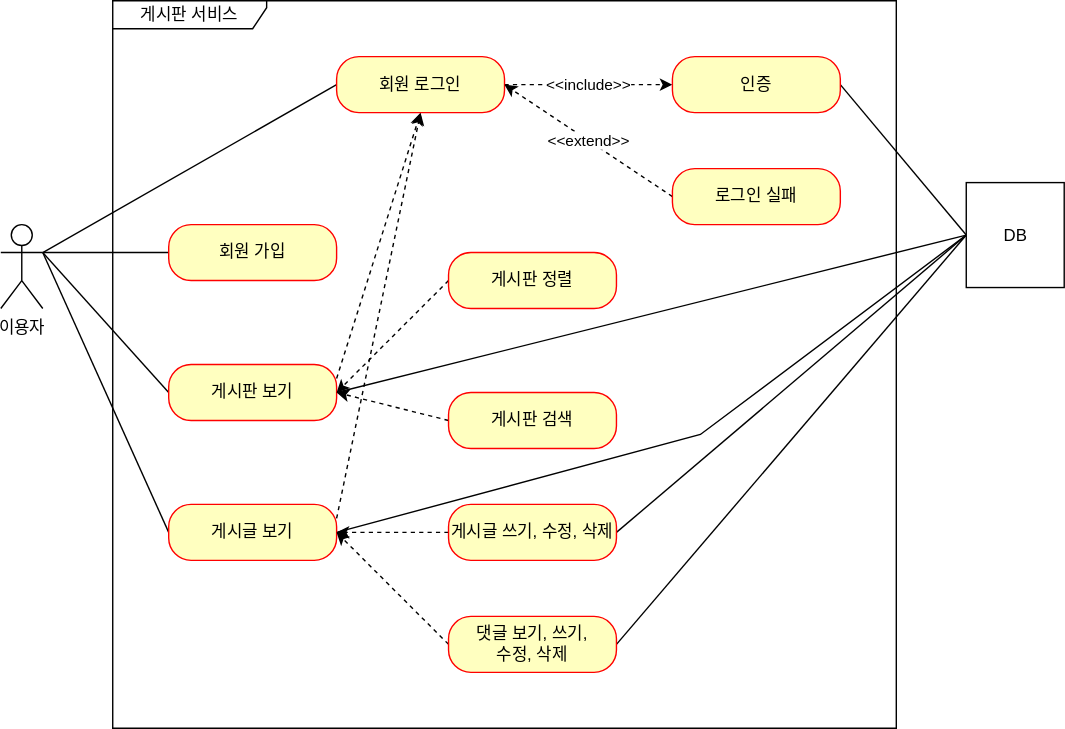
Earlier version of the draw.io export document/use-case.svg (Jeong-Dong-gi/board-practice2). Source tidied: cells renumbered, new cells last; positions are measured from the earlier drawing's top-left corner, leaving out a move shared by most shapes. Its diagram source:
```xml
<mxGraphModel>
  <root>
    <mxCell id="0" />
    <mxCell id="1" parent="0" />
    <mxCell id="2" value="이용자" style="shape=umlActor;verticalLabelPosition=bottom;verticalAlign=top;html=1;" parent="1" vertex="1">
      <mxGeometry y="160" width="30" height="60" as="geometry" />
    </mxCell>
    <mxCell id="3" value="게시판 서비스" style="shape=umlFrame;whiteSpace=wrap;html=1;width=110;height=20;" parent="1" vertex="1">
      <mxGeometry x="80" width="560" height="520" as="geometry" />
    </mxCell>
    <mxCell id="4" style="rounded=0;jettySize=auto;html=1;exitX=0;exitY=0.5;exitDx=0;exitDy=0;entryX=1;entryY=0.3333333333333333;entryDx=0;entryDy=0;entryPerimeter=0;endArrow=none;endFill=0;" parent="1" edge="1" source="5" target="2">
      <mxGeometry relative="1" as="geometry" />
    </mxCell>
    <mxCell id="5" value="회원 가입" style="rounded=1;whiteSpace=wrap;html=1;arcSize=40;fontColor=#000000;fillColor=#ffffc0;strokeColor=#ff0000;" parent="1" vertex="1">
      <mxGeometry x="120" y="160" width="120" height="40" as="geometry" />
    </mxCell>
    <mxCell id="6" style="edgeStyle=none;rounded=0;jettySize=auto;html=1;exitX=0;exitY=0.5;exitDx=0;exitDy=0;entryX=1;entryY=0.3333333333333333;entryDx=0;entryDy=0;entryPerimeter=0;endArrow=none;endFill=0;" parent="1" edge="1" source="9" target="2">
      <mxGeometry relative="1" as="geometry" />
    </mxCell>
    <mxCell id="7" style="edgeStyle=none;rounded=0;jettySize=auto;html=1;exitX=1;exitY=0.25;exitDx=0;exitDy=0;entryX=0.5;entryY=1;entryDx=0;entryDy=0;dashed=1;endArrow=classic;endFill=1;" parent="1" edge="1" source="9" target="16">
      <mxGeometry relative="1" as="geometry" />
    </mxCell>
    <mxCell id="8" style="edgeStyle=none;rounded=0;jettySize=auto;html=1;exitX=1;exitY=0.5;exitDx=0;exitDy=0;entryX=0;entryY=0.5;entryDx=0;entryDy=0;endArrow=none;endFill=0;" parent="1" edge="1" source="9" target="31">
      <mxGeometry relative="1" as="geometry" />
    </mxCell>
    <mxCell id="9" value="게시판 보기" style="rounded=1;whiteSpace=wrap;html=1;arcSize=40;fontColor=#000000;fillColor=#ffffc0;strokeColor=#ff0000;" parent="1" vertex="1">
      <mxGeometry x="120" y="260" width="120" height="40" as="geometry" />
    </mxCell>
    <mxCell id="10" style="edgeStyle=none;rounded=0;jettySize=auto;html=1;exitX=0;exitY=0.5;exitDx=0;exitDy=0;endArrow=none;endFill=0;" parent="1" edge="1" source="13">
      <mxGeometry relative="1" as="geometry">
        <mxPoint x="30" y="180" as="targetPoint" />
      </mxGeometry>
    </mxCell>
    <mxCell id="11" style="edgeStyle=none;rounded=0;jettySize=auto;html=1;exitX=1;exitY=0.25;exitDx=0;exitDy=0;dashed=1;endArrow=classic;endFill=1;" parent="1" edge="1" source="13">
      <mxGeometry relative="1" as="geometry">
        <mxPoint x="300" y="80" as="targetPoint" />
      </mxGeometry>
    </mxCell>
    <mxCell id="12" style="edgeStyle=none;rounded=0;jettySize=auto;html=1;exitX=1;exitY=0.5;exitDx=0;exitDy=0;entryX=0;entryY=0.5;entryDx=0;entryDy=0;endArrow=none;endFill=0;" parent="1" edge="1" source="13" target="31">
      <mxGeometry relative="1" as="geometry">
        <Array as="points">
          <mxPoint x="500" y="310" />
        </Array>
      </mxGeometry>
    </mxCell>
    <mxCell id="13" value="게시글 보기" style="rounded=1;whiteSpace=wrap;html=1;arcSize=40;fontColor=#000000;fillColor=#ffffc0;strokeColor=#ff0000;" parent="1" vertex="1">
      <mxGeometry x="120" y="360" width="120" height="40" as="geometry" />
    </mxCell>
    <mxCell id="14" style="edgeStyle=none;rounded=0;jettySize=auto;html=1;exitX=0;exitY=0.5;exitDx=0;exitDy=0;endArrow=none;endFill=0;" parent="1" edge="1" source="16">
      <mxGeometry relative="1" as="geometry">
        <mxPoint x="30" y="180" as="targetPoint" />
      </mxGeometry>
    </mxCell>
    <mxCell id="15" value="&amp;lt;&amp;lt;include&amp;gt;&amp;gt;" style="edgeStyle=none;rounded=0;jettySize=auto;html=1;exitX=1;exitY=0.5;exitDx=0;exitDy=0;entryX=0;entryY=0.5;entryDx=0;entryDy=0;endArrow=classic;endFill=1;dashed=1;" parent="1" edge="1" source="16" target="18">
      <mxGeometry relative="1" as="geometry" />
    </mxCell>
    <mxCell id="16" value="회원 로그인" style="rounded=1;whiteSpace=wrap;html=1;arcSize=40;fontColor=#000000;fillColor=#ffffc0;strokeColor=#ff0000;" parent="1" vertex="1">
      <mxGeometry x="240" y="40" width="120" height="40" as="geometry" />
    </mxCell>
    <mxCell id="17" style="edgeStyle=none;rounded=0;jettySize=auto;html=1;exitX=1;exitY=0.5;exitDx=0;exitDy=0;entryX=0;entryY=0.5;entryDx=0;entryDy=0;endArrow=none;endFill=0;" parent="1" edge="1" source="18" target="31">
      <mxGeometry relative="1" as="geometry" />
    </mxCell>
    <mxCell id="18" value="인증" style="rounded=1;whiteSpace=wrap;html=1;arcSize=40;fontColor=#000000;fillColor=#ffffc0;strokeColor=#ff0000;" parent="1" vertex="1">
      <mxGeometry x="480" y="40" width="120" height="40" as="geometry" />
    </mxCell>
    <mxCell id="19" value="&amp;lt;&amp;lt;extend&amp;gt;&amp;gt;" style="edgeStyle=none;rounded=0;jettySize=auto;html=1;exitX=0;exitY=0.5;exitDx=0;exitDy=0;entryX=1;entryY=0.5;entryDx=0;entryDy=0;endArrow=classic;endFill=1;dashed=1;" parent="1" edge="1" source="20" target="16">
      <mxGeometry relative="1" as="geometry" />
    </mxCell>
    <mxCell id="20" value="로그인 실패" style="rounded=1;whiteSpace=wrap;html=1;arcSize=40;fontColor=#000000;fillColor=#ffffc0;strokeColor=#ff0000;" parent="1" vertex="1">
      <mxGeometry x="480" y="120" width="120" height="40" as="geometry" />
    </mxCell>
    <mxCell id="21" style="edgeStyle=none;rounded=0;jettySize=auto;html=1;exitX=0;exitY=0.5;exitDx=0;exitDy=0;entryX=1;entryY=0.5;entryDx=0;entryDy=0;dashed=1;endArrow=classic;endFill=1;" parent="1" edge="1" source="22" target="9">
      <mxGeometry relative="1" as="geometry" />
    </mxCell>
    <mxCell id="22" value="게시판 정렬" style="rounded=1;whiteSpace=wrap;html=1;arcSize=40;fontColor=#000000;fillColor=#ffffc0;strokeColor=#ff0000;" parent="1" vertex="1">
      <mxGeometry x="320" y="180" width="120" height="40" as="geometry" />
    </mxCell>
    <mxCell id="23" style="edgeStyle=none;rounded=0;jettySize=auto;html=1;exitX=0;exitY=0.5;exitDx=0;exitDy=0;dashed=1;endArrow=classic;endFill=1;" parent="1" edge="1" source="24">
      <mxGeometry relative="1" as="geometry">
        <mxPoint x="240" y="280" as="targetPoint" />
      </mxGeometry>
    </mxCell>
    <mxCell id="24" value="게시판 검색" style="rounded=1;whiteSpace=wrap;html=1;arcSize=40;fontColor=#000000;fillColor=#ffffc0;strokeColor=#ff0000;" parent="1" vertex="1">
      <mxGeometry x="320" y="280" width="120" height="40" as="geometry" />
    </mxCell>
    <mxCell id="25" style="edgeStyle=none;rounded=0;jettySize=auto;html=1;exitX=0;exitY=0.5;exitDx=0;exitDy=0;entryX=1;entryY=0.5;entryDx=0;entryDy=0;dashed=1;endArrow=classic;endFill=1;" parent="1" edge="1" source="27" target="13">
      <mxGeometry relative="1" as="geometry" />
    </mxCell>
    <mxCell id="26" style="edgeStyle=none;rounded=0;jettySize=auto;html=1;exitX=1;exitY=0.5;exitDx=0;exitDy=0;entryX=0;entryY=0.5;entryDx=0;entryDy=0;endArrow=none;endFill=0;" parent="1" edge="1" source="27" target="31">
      <mxGeometry relative="1" as="geometry" />
    </mxCell>
    <mxCell id="27" value="게시글 쓰기, 수정, 삭제" style="rounded=1;whiteSpace=wrap;html=1;arcSize=40;fontColor=#000000;fillColor=#ffffc0;strokeColor=#ff0000;" parent="1" vertex="1">
      <mxGeometry x="320" y="360" width="120" height="40" as="geometry" />
    </mxCell>
    <mxCell id="28" style="edgeStyle=none;rounded=0;jettySize=auto;html=1;exitX=0;exitY=0.5;exitDx=0;exitDy=0;dashed=1;endArrow=classic;endFill=1;" parent="1" edge="1" source="30">
      <mxGeometry relative="1" as="geometry">
        <mxPoint x="240" y="380" as="targetPoint" />
      </mxGeometry>
    </mxCell>
    <mxCell id="29" style="edgeStyle=none;rounded=0;jettySize=auto;html=1;exitX=1;exitY=0.5;exitDx=0;exitDy=0;endArrow=none;endFill=0;entryX=0;entryY=0.5;entryDx=0;entryDy=0;" parent="1" edge="1" source="30" target="31">
      <mxGeometry relative="1" as="geometry" />
    </mxCell>
    <mxCell id="30" value="댓글 보기, 쓰기,&lt;br&gt;수정, 삭제" style="rounded=1;whiteSpace=wrap;html=1;arcSize=40;fontColor=#000000;fillColor=#ffffc0;strokeColor=#ff0000;" parent="1" vertex="1">
      <mxGeometry x="320" y="440" width="120" height="40" as="geometry" />
    </mxCell>
    <mxCell id="31" value="DB" style="html=1;" parent="1" vertex="1">
      <mxGeometry x="690" y="130" width="70" height="75" as="geometry" />
    </mxCell>
  </root>
</mxGraphModel>
```
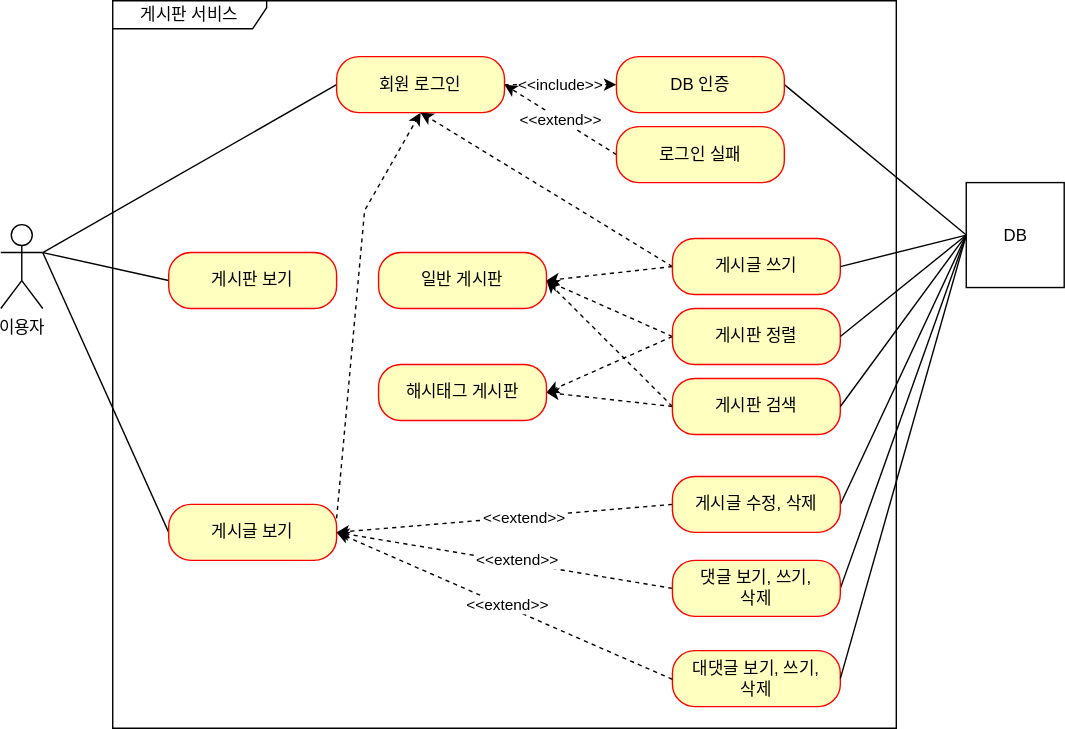
After the change.

Change to the diagram source:
```diff
@@ -8,23 +8,11 @@
     <mxCell id="3" value="게시판 서비스" style="shape=umlFrame;whiteSpace=wrap;html=1;width=110;height=20;" parent="1" vertex="1">
       <mxGeometry x="80" width="560" height="520" as="geometry" />
     </mxCell>
-    <mxCell id="4" style="rounded=0;jettySize=auto;html=1;exitX=0;exitY=0.5;exitDx=0;exitDy=0;entryX=1;entryY=0.3333333333333333;entryDx=0;entryDy=0;entryPerimeter=0;endArrow=none;endFill=0;" parent="1" edge="1" source="5" target="2">
-      <mxGeometry relative="1" as="geometry" />
-    </mxCell>
-    <mxCell id="5" value="회원 가입" style="rounded=1;whiteSpace=wrap;html=1;arcSize=40;fontColor=#000000;fillColor=#ffffc0;strokeColor=#ff0000;" parent="1" vertex="1">
-      <mxGeometry x="120" y="160" width="120" height="40" as="geometry" />
-    </mxCell>
     <mxCell id="6" style="edgeStyle=none;rounded=0;jettySize=auto;html=1;exitX=0;exitY=0.5;exitDx=0;exitDy=0;entryX=1;entryY=0.3333333333333333;entryDx=0;entryDy=0;entryPerimeter=0;endArrow=none;endFill=0;" parent="1" edge="1" source="9" target="2">
       <mxGeometry relative="1" as="geometry" />
     </mxCell>
-    <mxCell id="7" style="edgeStyle=none;rounded=0;jettySize=auto;html=1;exitX=1;exitY=0.25;exitDx=0;exitDy=0;entryX=0.5;entryY=1;entryDx=0;entryDy=0;dashed=1;endArrow=classic;endFill=1;" parent="1" edge="1" source="9" target="16">
-      <mxGeometry relative="1" as="geometry" />
-    </mxCell>
-    <mxCell id="8" style="edgeStyle=none;rounded=0;jettySize=auto;html=1;exitX=1;exitY=0.5;exitDx=0;exitDy=0;entryX=0;entryY=0.5;entryDx=0;entryDy=0;endArrow=none;endFill=0;" parent="1" edge="1" source="9" target="31">
-      <mxGeometry relative="1" as="geometry" />
-    </mxCell>
     <mxCell id="9" value="게시판 보기" style="rounded=1;whiteSpace=wrap;html=1;arcSize=40;fontColor=#000000;fillColor=#ffffc0;strokeColor=#ff0000;" parent="1" vertex="1">
-      <mxGeometry x="120" y="260" width="120" height="40" as="geometry" />
+      <mxGeometry x="120" y="180" width="120" height="40" as="geometry" />
     </mxCell>
     <mxCell id="10" style="edgeStyle=none;rounded=0;jettySize=auto;html=1;exitX=0;exitY=0.5;exitDx=0;exitDy=0;endArrow=none;endFill=0;" parent="1" edge="1" source="13">
       <mxGeometry relative="1" as="geometry">
@@ -34,15 +22,11 @@
     <mxCell id="11" style="edgeStyle=none;rounded=0;jettySize=auto;html=1;exitX=1;exitY=0.25;exitDx=0;exitDy=0;dashed=1;endArrow=classic;endFill=1;" parent="1" edge="1" source="13">
       <mxGeometry relative="1" as="geometry">
         <mxPoint x="300" y="80" as="targetPoint" />
+        <Array as="points">
+          <mxPoint x="260" y="150" />
+        </Array>
       </mxGeometry>
     </mxCell>
-    <mxCell id="12" style="edgeStyle=none;rounded=0;jettySize=auto;html=1;exitX=1;exitY=0.5;exitDx=0;exitDy=0;entryX=0;entryY=0.5;entryDx=0;entryDy=0;endArrow=none;endFill=0;" parent="1" edge="1" source="13" target="31">
-      <mxGeometry relative="1" as="geometry">
-        <Array as="points">
-          <mxPoint x="500" y="310" />
-        </Array>
-      </mxGeometry>
-    </mxCell>
     <mxCell id="13" value="게시글 보기" style="rounded=1;whiteSpace=wrap;html=1;arcSize=40;fontColor=#000000;fillColor=#ffffc0;strokeColor=#ff0000;" parent="1" vertex="1">
       <mxGeometry x="120" y="360" width="120" height="40" as="geometry" />
     </mxCell>
@@ -60,51 +44,109 @@
     <mxCell id="17" style="edgeStyle=none;rounded=0;jettySize=auto;html=1;exitX=1;exitY=0.5;exitDx=0;exitDy=0;entryX=0;entryY=0.5;entryDx=0;entryDy=0;endArrow=none;endFill=0;" parent="1" edge="1" source="18" target="31">
       <mxGeometry relative="1" as="geometry" />
     </mxCell>
-    <mxCell id="18" value="인증" style="rounded=1;whiteSpace=wrap;html=1;arcSize=40;fontColor=#000000;fillColor=#ffffc0;strokeColor=#ff0000;" parent="1" vertex="1">
-      <mxGeometry x="480" y="40" width="120" height="40" as="geometry" />
+    <mxCell id="18" value="DB 인증" style="rounded=1;whiteSpace=wrap;html=1;arcSize=40;fontColor=#000000;fillColor=#ffffc0;strokeColor=#ff0000;" parent="1" vertex="1">
+      <mxGeometry x="440" y="40" width="120" height="40" as="geometry" />
     </mxCell>
     <mxCell id="19" value="&amp;lt;&amp;lt;extend&amp;gt;&amp;gt;" style="edgeStyle=none;rounded=0;jettySize=auto;html=1;exitX=0;exitY=0.5;exitDx=0;exitDy=0;entryX=1;entryY=0.5;entryDx=0;entryDy=0;endArrow=classic;endFill=1;dashed=1;" parent="1" edge="1" source="20" target="16">
       <mxGeometry relative="1" as="geometry" />
     </mxCell>
     <mxCell id="20" value="로그인 실패" style="rounded=1;whiteSpace=wrap;html=1;arcSize=40;fontColor=#000000;fillColor=#ffffc0;strokeColor=#ff0000;" parent="1" vertex="1">
-      <mxGeometry x="480" y="120" width="120" height="40" as="geometry" />
+      <mxGeometry x="440" y="90" width="120" height="40" as="geometry" />
     </mxCell>
-    <mxCell id="21" style="edgeStyle=none;rounded=0;jettySize=auto;html=1;exitX=0;exitY=0.5;exitDx=0;exitDy=0;entryX=1;entryY=0.5;entryDx=0;entryDy=0;dashed=1;endArrow=classic;endFill=1;" parent="1" edge="1" source="22" target="9">
+    <mxCell id="21" style="edgeStyle=none;rounded=0;jettySize=auto;html=1;exitX=0;exitY=0.5;exitDx=0;exitDy=0;dashed=1;endArrow=classic;endFill=1;entryX=1;entryY=0.5;entryDx=0;entryDy=0;" parent="1" edge="1" source="22" target="40">
       <mxGeometry relative="1" as="geometry" />
     </mxCell>
+    <mxCell id="32" style="rounded=0;jettySize=auto;html=1;exitX=0;exitY=0.5;exitDx=0;exitDy=0;dashed=1;" parent="1" edge="1" source="22">
+      <mxGeometry relative="1" as="geometry">
+        <mxPoint x="390" y="280" as="targetPoint" />
+      </mxGeometry>
+    </mxCell>
     <mxCell id="22" value="게시판 정렬" style="rounded=1;whiteSpace=wrap;html=1;arcSize=40;fontColor=#000000;fillColor=#ffffc0;strokeColor=#ff0000;" parent="1" vertex="1">
-      <mxGeometry x="320" y="180" width="120" height="40" as="geometry" />
+      <mxGeometry x="480" y="220" width="120" height="40" as="geometry" />
     </mxCell>
-    <mxCell id="23" style="edgeStyle=none;rounded=0;jettySize=auto;html=1;exitX=0;exitY=0.5;exitDx=0;exitDy=0;dashed=1;endArrow=classic;endFill=1;" parent="1" edge="1" source="24">
-      <mxGeometry relative="1" as="geometry">
-        <mxPoint x="240" y="280" as="targetPoint" />
-      </mxGeometry>
+    <mxCell id="23" style="edgeStyle=none;rounded=0;jettySize=auto;html=1;exitX=0;exitY=0.5;exitDx=0;exitDy=0;dashed=1;endArrow=classic;endFill=1;entryX=1;entryY=0.5;entryDx=0;entryDy=0;" parent="1" edge="1" source="24" target="41">
+      <mxGeometry relative="1" as="geometry" />
     </mxCell>
+    <mxCell id="33" style="rounded=0;jettySize=auto;html=1;exitX=0;exitY=0.5;exitDx=0;exitDy=0;entryX=1;entryY=0.5;entryDx=0;entryDy=0;dashed=1;endArrow=classic;endFill=1;" parent="1" edge="1" source="24" target="40">
+      <mxGeometry relative="1" as="geometry" />
+    </mxCell>
     <mxCell id="24" value="게시판 검색" style="rounded=1;whiteSpace=wrap;html=1;arcSize=40;fontColor=#000000;fillColor=#ffffc0;strokeColor=#ff0000;" parent="1" vertex="1">
-      <mxGeometry x="320" y="280" width="120" height="40" as="geometry" />
+      <mxGeometry x="480" y="270" width="120" height="40" as="geometry" />
     </mxCell>
     <mxCell id="25" style="edgeStyle=none;rounded=0;jettySize=auto;html=1;exitX=0;exitY=0.5;exitDx=0;exitDy=0;entryX=1;entryY=0.5;entryDx=0;entryDy=0;dashed=1;endArrow=classic;endFill=1;" parent="1" edge="1" source="27" target="13">
       <mxGeometry relative="1" as="geometry" />
     </mxCell>
+    <mxCell id="34" value="&amp;lt;&amp;lt;extend&amp;gt;&amp;gt;" style="edgeLabel;html=1;align=center;verticalAlign=middle;" parent="25" vertex="1">
+      <mxGeometry x="-0.11" y="1" relative="1" as="geometry" />
+    </mxCell>
     <mxCell id="26" style="edgeStyle=none;rounded=0;jettySize=auto;html=1;exitX=1;exitY=0.5;exitDx=0;exitDy=0;entryX=0;entryY=0.5;entryDx=0;entryDy=0;endArrow=none;endFill=0;" parent="1" edge="1" source="27" target="31">
       <mxGeometry relative="1" as="geometry" />
     </mxCell>
-    <mxCell id="27" value="게시글 쓰기, 수정, 삭제" style="rounded=1;whiteSpace=wrap;html=1;arcSize=40;fontColor=#000000;fillColor=#ffffc0;strokeColor=#ff0000;" parent="1" vertex="1">
-      <mxGeometry x="320" y="360" width="120" height="40" as="geometry" />
+    <mxCell id="27" value="게시글 수정, 삭제" style="rounded=1;whiteSpace=wrap;html=1;arcSize=40;fontColor=#000000;fillColor=#ffffc0;strokeColor=#ff0000;" parent="1" vertex="1">
+      <mxGeometry x="480" y="340" width="120" height="40" as="geometry" />
     </mxCell>
     <mxCell id="28" style="edgeStyle=none;rounded=0;jettySize=auto;html=1;exitX=0;exitY=0.5;exitDx=0;exitDy=0;dashed=1;endArrow=classic;endFill=1;" parent="1" edge="1" source="30">
       <mxGeometry relative="1" as="geometry">
         <mxPoint x="240" y="380" as="targetPoint" />
       </mxGeometry>
     </mxCell>
+    <mxCell id="35" value="&amp;lt;&amp;lt;extend&amp;gt;&amp;gt;" style="edgeLabel;html=1;align=center;verticalAlign=middle;" parent="28" vertex="1">
+      <mxGeometry x="-0.07" y="-2" relative="1" as="geometry" />
+    </mxCell>
     <mxCell id="29" style="edgeStyle=none;rounded=0;jettySize=auto;html=1;exitX=1;exitY=0.5;exitDx=0;exitDy=0;endArrow=none;endFill=0;entryX=0;entryY=0.5;entryDx=0;entryDy=0;" parent="1" edge="1" source="30" target="31">
       <mxGeometry relative="1" as="geometry" />
     </mxCell>
-    <mxCell id="30" value="댓글 보기, 쓰기,&lt;br&gt;수정, 삭제" style="rounded=1;whiteSpace=wrap;html=1;arcSize=40;fontColor=#000000;fillColor=#ffffc0;strokeColor=#ff0000;" parent="1" vertex="1">
-      <mxGeometry x="320" y="440" width="120" height="40" as="geometry" />
+    <mxCell id="30" value="댓글 보기, 쓰기,&lt;br&gt;삭제" style="rounded=1;whiteSpace=wrap;html=1;arcSize=40;fontColor=#000000;fillColor=#ffffc0;strokeColor=#ff0000;" parent="1" vertex="1">
+      <mxGeometry x="480" y="400" width="120" height="40" as="geometry" />
     </mxCell>
+    <mxCell id="36" style="rounded=0;jettySize=auto;html=1;exitX=0;exitY=0.5;exitDx=0;exitDy=0;entryX=1;entryY=0.5;entryDx=0;entryDy=0;curved=0;strokeColor=none;" parent="1" edge="1" source="31" target="22">
+      <mxGeometry relative="1" as="geometry" />
+    </mxCell>
     <mxCell id="31" value="DB" style="html=1;" parent="1" vertex="1">
       <mxGeometry x="690" y="130" width="70" height="75" as="geometry" />
     </mxCell>
+    <mxCell id="37" value="대댓글 보기, 쓰기,&lt;div&gt;삭제&lt;/div&gt;" style="rounded=1;whiteSpace=wrap;html=1;arcSize=40;fontColor=#000000;fillColor=#ffffc0;strokeColor=#ff0000;" parent="1" vertex="1">
+      <mxGeometry x="480" y="464.5" width="120" height="40" as="geometry" />
+    </mxCell>
+    <mxCell id="38" style="edgeStyle=none;rounded=0;orthogonalLoop=1;jettySize=auto;html=1;exitX=0;exitY=0.5;exitDx=0;exitDy=0;dashed=1;endArrow=classic;endFill=1;" parent="1" edge="1">
+      <mxGeometry relative="1" as="geometry">
+        <mxPoint x="480" y="485" as="sourcePoint" />
+        <mxPoint x="240" y="380" as="targetPoint" />
+      </mxGeometry>
+    </mxCell>
+    <mxCell id="39" value="&amp;lt;&amp;lt;extend&amp;gt;&amp;gt;" style="edgeLabel;html=1;align=center;verticalAlign=middle;" parent="38" vertex="1">
+      <mxGeometry x="-0.01" y="-1" relative="1" as="geometry" />
+    </mxCell>
+    <mxCell id="40" value="일반 게시판" style="rounded=1;whiteSpace=wrap;html=1;arcSize=40;fontColor=#000000;fillColor=#ffffc0;strokeColor=#ff0000;" parent="1" vertex="1">
+      <mxGeometry x="270" y="180" width="120" height="40" as="geometry" />
+    </mxCell>
+    <mxCell id="41" value="해시태그 게시판" style="rounded=1;whiteSpace=wrap;html=1;arcSize=40;fontColor=#000000;fillColor=#ffffc0;strokeColor=#ff0000;" parent="1" vertex="1">
+      <mxGeometry x="270" y="260" width="120" height="40" as="geometry" />
+    </mxCell>
+    <mxCell id="42" style="rounded=0;jettySize=auto;html=1;exitX=0;exitY=0.5;exitDx=0;exitDy=0;entryX=1;entryY=0.5;entryDx=0;entryDy=0;dashed=1;" parent="1" edge="1" source="44" target="40">
+      <mxGeometry relative="1" as="geometry" />
+    </mxCell>
+    <mxCell id="43" style="rounded=0;jettySize=auto;html=1;exitX=0;exitY=0.5;exitDx=0;exitDy=0;dashed=1;" parent="1" edge="1" source="44">
+      <mxGeometry relative="1" as="geometry">
+        <mxPoint x="300" y="80" as="targetPoint" />
+      </mxGeometry>
+    </mxCell>
+    <mxCell id="44" value="게시글 쓰기" style="rounded=1;whiteSpace=wrap;html=1;arcSize=40;fontColor=#000000;fillColor=#ffffc0;strokeColor=#ff0000;" parent="1" vertex="1">
+      <mxGeometry x="480" y="170" width="120" height="40" as="geometry" />
+    </mxCell>
+    <mxCell id="45" style="endArrow=none;html=1;rounded=0;exitX=0;exitY=0.5;exitDx=0;exitDy=0;" parent="1" edge="1" source="31">
+      <mxGeometry relative="1" as="geometry">
+        <mxPoint x="600" y="240" as="targetPoint" />
+      </mxGeometry>
+    </mxCell>
+    <mxCell id="46" style="endArrow=none;html=1;rounded=0;exitX=0;exitY=0.5;exitDx=0;exitDy=0;entryX=1;entryY=0.5;entryDx=0;entryDy=0;" parent="1" edge="1" source="31" target="44">
+      <mxGeometry relative="1" as="geometry" />
+    </mxCell>
+    <mxCell id="47" style="endArrow=none;html=1;rounded=0;exitX=0;exitY=0.5;exitDx=0;exitDy=0;entryX=1;entryY=0.5;entryDx=0;entryDy=0;" parent="1" edge="1" source="31" target="24">
+      <mxGeometry relative="1" as="geometry" />
+    </mxCell>
+    <mxCell id="48" style="endArrow=none;html=1;rounded=0;exitX=0;exitY=0.5;exitDx=0;exitDy=0;entryX=1;entryY=0.5;entryDx=0;entryDy=0;" parent="1" edge="1" source="31" target="37">
+      <mxGeometry relative="1" as="geometry" />
+    </mxCell>
   </root>
 </mxGraphModel>
```
